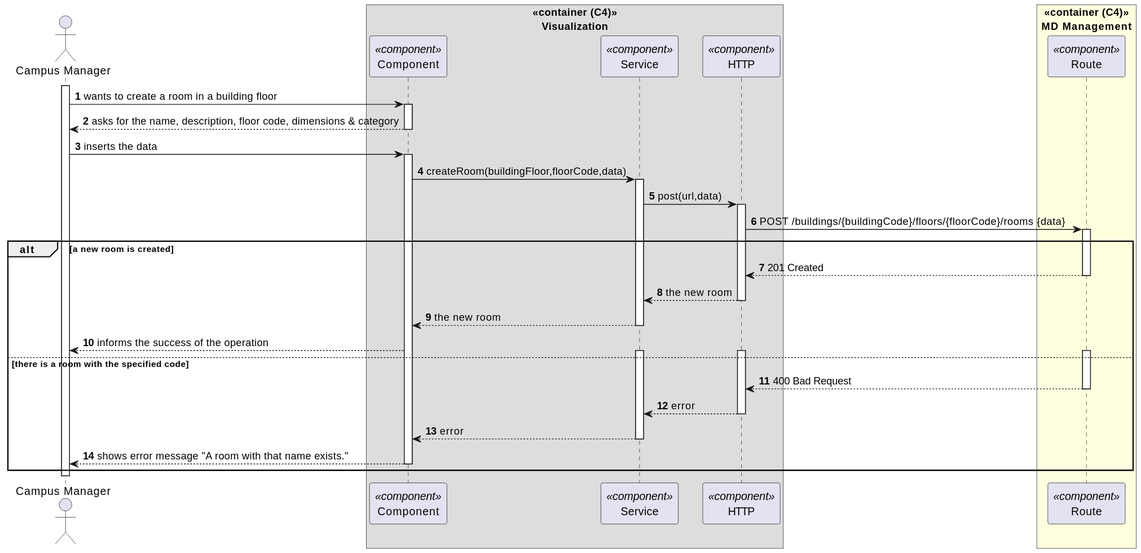
The PlantUML diagram _wiki/sprint-b/us48-1210/views/level-3/assets/process-view.svg in miseEnPlace-dev/lapr5, before a commit.
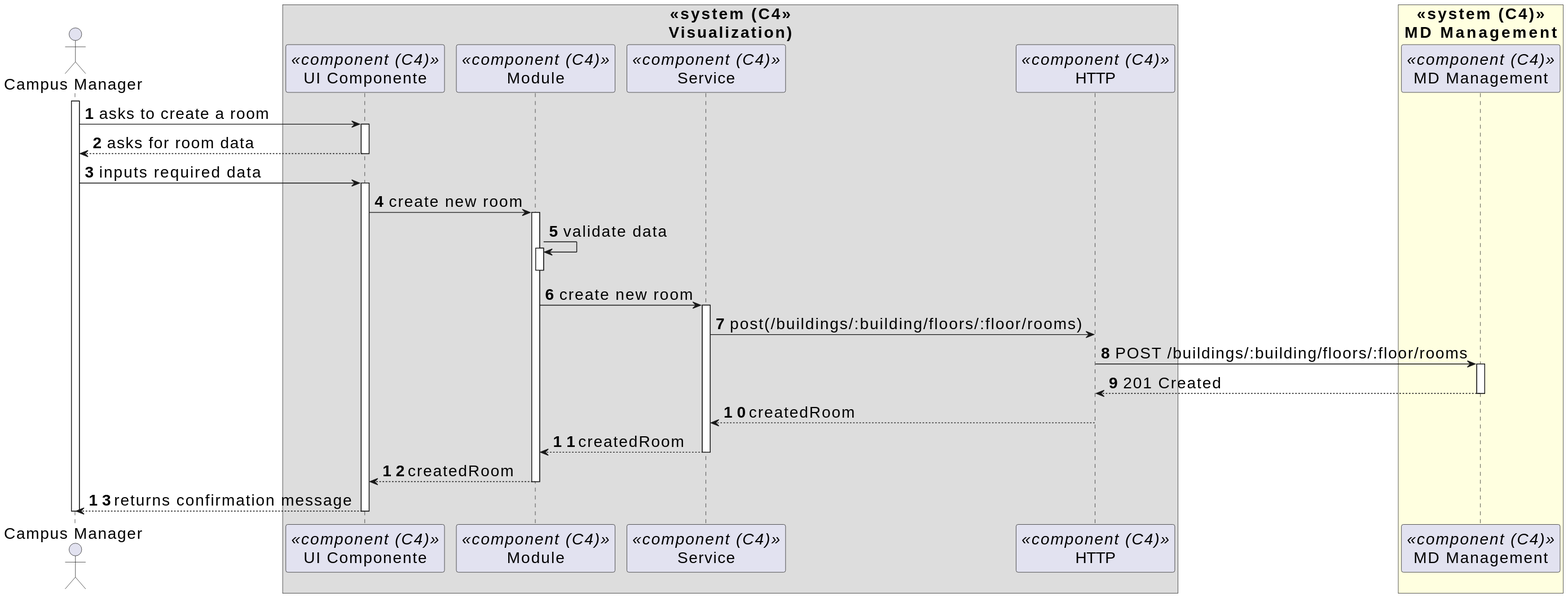
The same file after the commit.

Diff of the diagram source:
```diff
@@ -1,68 +1,57 @@
-@startuml process-view
+@startuml
+skinparamlocked defaultFontSize 20
 autonumber
 skinparam DefaultTextAlignment<<center>> center
 
 actor CM as "Campus Manager"
-
-box "«container (C4)»\nVisualization" <<center>>
-  participant C as "Component" <<component>>
-  participant SVC as "Service" <<component>>
-  participant H as "HTTP" <<component>>
+box "<<system (C4>>\nVisualization)"<<center>>
+  participant CMP as "UI Componente" <<component (C4)>>
+    participant CMP as "UI Component" <<component (C4)>>
+  participant MOD as "Module" <<component (C4)>>
+  participant SRV as "Service" <<component (C4)>>
+  participant HTTP as "HTTP" <<component (C4)>>
 end box
 
-box "«container (C4)»\n MD Management " <<center>>#LightYellow
-  participant ROUTE as "Route" <<component>>
+box "<<system (C4)>>\nMD Management" <<center>>#LightYellow
+  participant MDM as "MD Management" <<component (C4)>>
 end box
 
 activate CM
 
-CM -> C : wants to create a room in a building floor
-activate C
+CM -> CMP : asks to create a room
+activate CMP
 
-CM <-- C : asks for the name, description, floor code, dimensions & category
-deactivate C
+CM <-- CMP : asks for room data
+deactivate CMP
 
-CM -> C : inserts the data
-activate C
+CM -> CMP : inputs required data
+activate CMP
 
-C -> SVC : createRoom(buildingFloor,floorCode,data)
-activate SVC
+CMP -> MOD : create new room
+activate MOD
+MOD -> MOD : validate data
+activate MOD
+deactivate MOD
 
-SVC -> H : post(url,data)
-activate H
+MOD -> SRV : create new room
+activate SRV
+SRV -> HTTP : post(/buildings/:building/floors/:floor/rooms)
 
-H -> ROUTE : POST /buildings/{buildingCode}/floors/{floorCode}/rooms {data}
-activate ROUTE
+HTTP -> MDM : POST /buildings/:building/floors/:floor/rooms
+activate MDM
+MDM --> HTTP : 201 Created
+deactivate MDM
 
-alt a new room is created
-  H <-- ROUTE : 201 Created
-  deactivate ROUTE
+HTTP --> SRV : createdRoom
+deactivate HTTP
 
-  SVC <-- H : the new room
-  deactivate H
+SRV --> MOD : createdRoom
+deactivate SRV
+MOD --> CMP : createdRoom
+deactivate MOD
 
-  C <-- SVC : the new room
-  deactivate SVC
-
-  CM <-- C : informs the success of the operation
-else there is a room with the specified code
-  activate H
-  activate SVC
-  activate ROUTE
-
-  H <-- ROUTE : 400 Bad Request
-  deactivate ROUTE
-
-  SVC <-- H : error
-  deactivate H
-
-  C <-- SVC : error
-  deactivate SVC
-
-  CM <-- C : shows error message "A room with that name exists."
-  deactivate C
-end
+CM <-- CMP : returns confirmation message
+deactivate CMP
 
 deactivate CM
-
 @enduml
```
